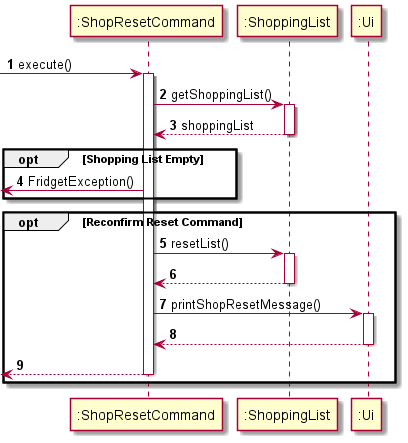
This is docs/umlDiagrams/ShopResetSequence.png from uosjapuelks/tp, a PlantUML export, as it was before one commit.
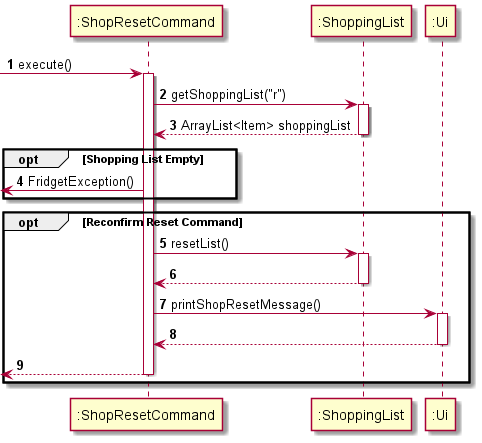
The same diagram one commit later.

Commit message:
Fix ShopReset Sequence

Diff of the diagram source:
```diff
@@ -5,9 +5,9 @@
 -> ":ShopResetCommand": execute()
 activate ":ShopResetCommand"
 
-":ShopResetCommand" -> ":ShoppingList": getShoppingList()
+":ShopResetCommand" -> ":ShoppingList": getShoppingList("r")
 activate ":ShoppingList"
-":ShopResetCommand" <-- ":ShoppingList": shoppingList
+":ShopResetCommand" <-- ":ShoppingList": ArrayList<Item> shoppingList
 deactivate ":ShoppingList"
 
 opt Shopping List Empty
```
